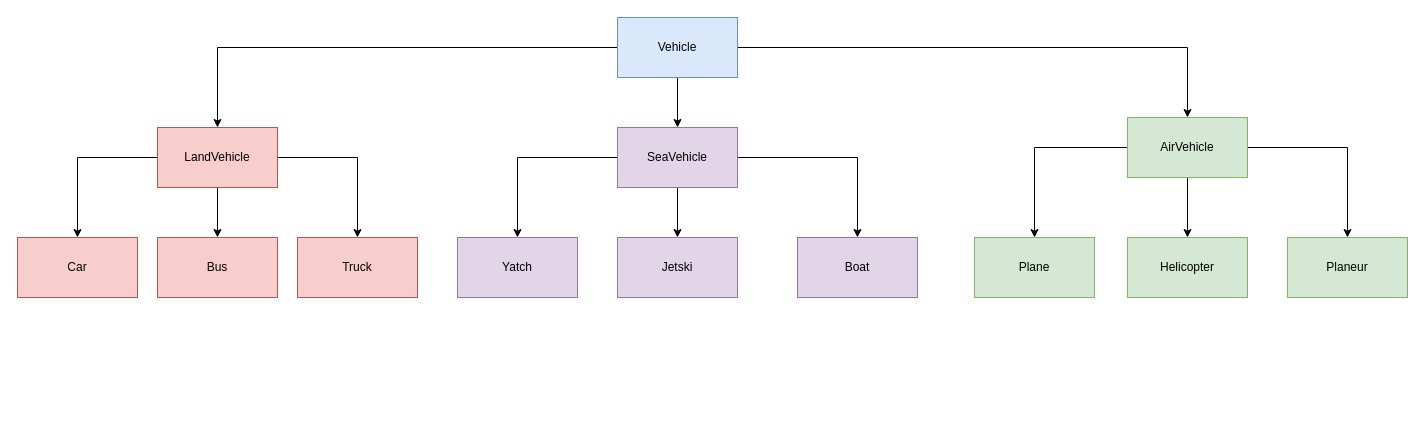
Above: OOP/ClassDiagram.drawio in ibrahimediz/OrnekProje_BN (draw.io), before the change. Source tidied: cells renumbered, new cells numbered last; positions are measured from the earlier drawing's top-left corner, leaving out a move shared by most shapes. Both pictures are drawn from the tidied source at 100%, with x=0, y=0 at pixel (17, 17).
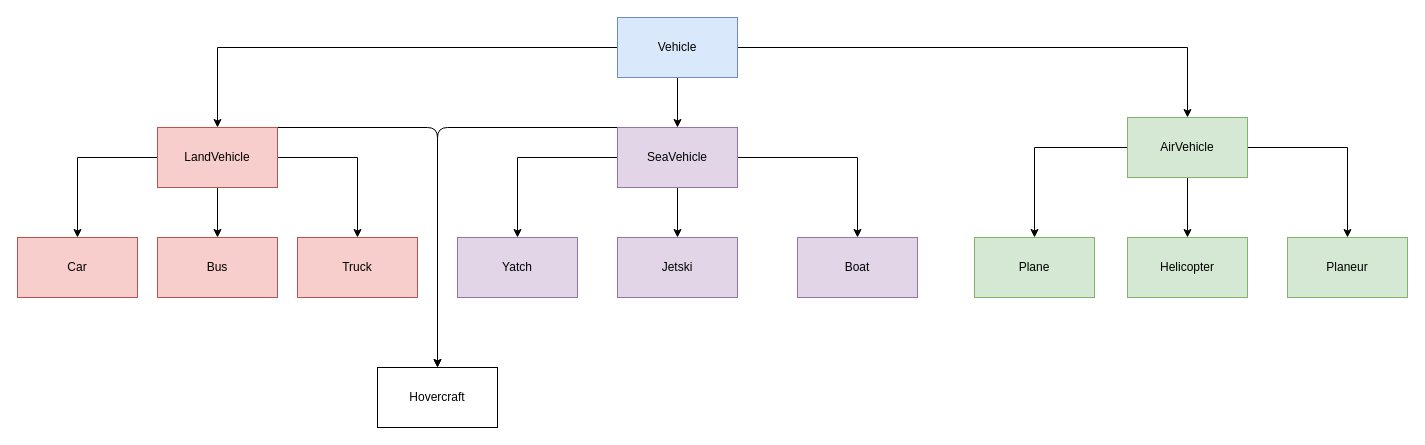
The same diagram, later.

Unchanged cells that the change refers to:
```xml
<mxCell id="9" value="LandVehicle" style="rounded=0;whiteSpace=wrap;html=1;fillColor=#f8cecc;strokeColor=#b85450;" parent="1" vertex="1">
  <mxGeometry x="140" y="110" width="120" height="60" as="geometry" />
</mxCell>
<mxCell id="13" value="SeaVehicle" style="rounded=0;whiteSpace=wrap;html=1;fillColor=#e1d5e7;strokeColor=#9673a6;" parent="1" vertex="1">
  <mxGeometry x="600" y="110" width="120" height="60" as="geometry" />
</mxCell>
```

What changed in the source:
```diff
@@
+    <mxCell id="27" style="edgeStyle=none;html=1;exitX=1;exitY=0;exitDx=0;exitDy=0;entryX=0.5;entryY=0;entryDx=0;entryDy=0;" parent="1" edge="1" source="9" target="29">
+      <mxGeometry relative="1" as="geometry">
+        <Array as="points">
+          <mxPoint x="420" y="110" />
+        </Array>
+      </mxGeometry>
+    </mxCell>
@@
+    <mxCell id="28" style="edgeStyle=none;html=1;exitX=0;exitY=0;exitDx=0;exitDy=0;entryX=0.5;entryY=0;entryDx=0;entryDy=0;" parent="1" edge="1" source="13" target="29">
+      <mxGeometry relative="1" as="geometry">
+        <Array as="points">
+          <mxPoint x="420" y="110" />
+        </Array>
+      </mxGeometry>
+    </mxCell>
@@
+    <mxCell id="29" value="Hovercraft" style="rounded=0;whiteSpace=wrap;html=1;" parent="1" vertex="1">
+      <mxGeometry x="360" y="350" width="120" height="60" as="geometry" />
+    </mxCell>
```
